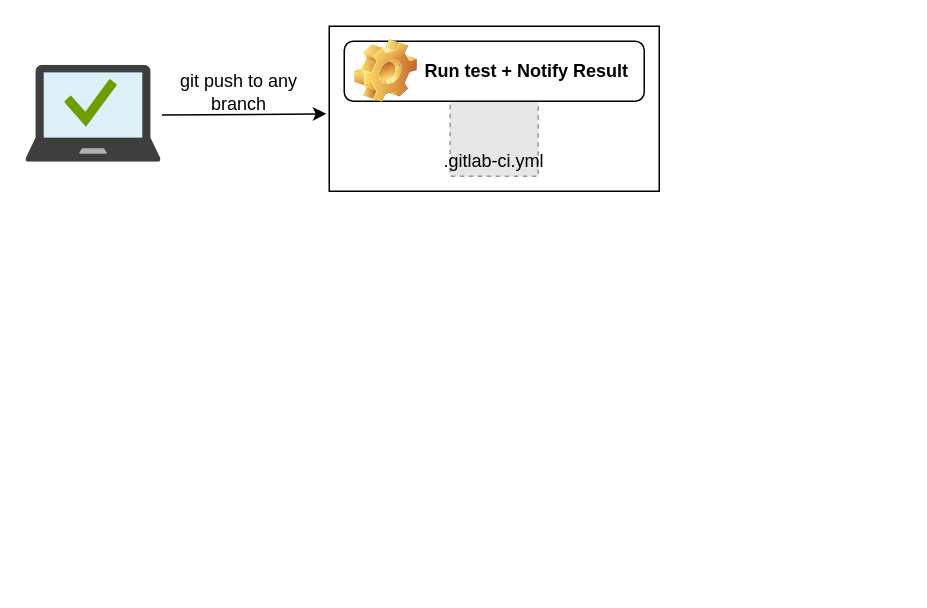
The draw.io diagram simplifying deployment.drawio in sngdtechnologies/Calculatrice, before the edit. Source tidied: cells renumbered, new cells numbered last; positions are measured from the earlier drawing's top-left corner, leaving out a move shared by most shapes. Both pictures are drawn from the tidied source at 150%, with x=0, y=0 at pixel (26, 26). Pictures stored in the file or linked from it are replaced by grey dashed boxes.
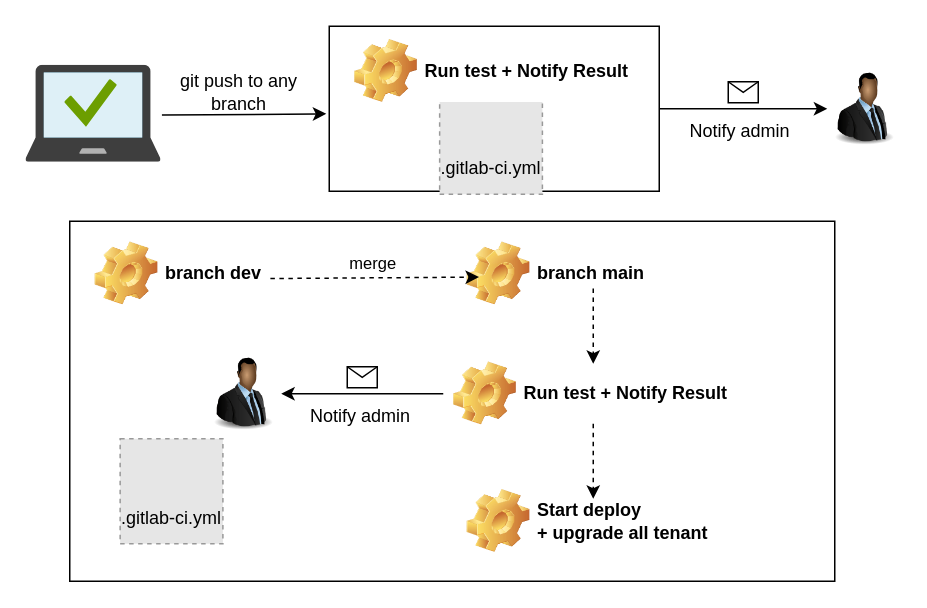
The same page after the edit.

Commit message (it also covers changes not shown here):
Mettre à jour simplifying deployment.drawio

Unchanged cells that the change refers to:
```xml
<mxCell id="4" style="rounded=0;whiteSpace=wrap;html=1;" parent="1" vertex="1">
  <mxGeometry x="202" width="220" height="110" as="geometry" />
</mxCell>
```

What changed in the source:
```diff
@@
     <mxCell id="5" style="fillColor=#E6E6E6;strokeColor=#999999;dashed=1;verticalLabelPosition=bottom;labelBackgroundColor=default;verticalAlign=top;" parent="1" vertex="1">
-      <mxGeometry x="282.6" y="40" width="58.7" height="60" as="geometry" />
+      <mxGeometry x="275.6" y="42" width="68.5" height="70" as="geometry" />
     </mxCell>
     <mxCell id="6" value=".gitlab-ci.yml" style="text;html=1;align=center;verticalAlign=middle;whiteSpace=wrap;rounded=0;" parent="1" vertex="1">
-      <mxGeometry x="272" y="80" width="80" height="20" as="geometry" />
+      <mxGeometry x="270" y="85" width="80" height="20" as="geometry" />
     </mxCell>
-    <mxCell id="7" value="Run test + Notify Result" style="label;whiteSpace=wrap;html=1;image=img/clipart/Gear_128x128.png;" parent="1" vertex="1">
+    <mxCell id="7" value="Run test + Notify Result" style="label;whiteSpace=wrap;html=1;image=img/clipart/Gear_128x128.png;strokeColor=#FFFFFF;" parent="1" vertex="1">
       <mxGeometry x="212" y="10" width="200" height="40" as="geometry" />
     </mxCell>
@@
+    <mxCell id="9" style="rounded=0;whiteSpace=wrap;html=1;" parent="1" vertex="1">
+      <mxGeometry x="29" y="130" width="510" height="240" as="geometry" />
+    </mxCell>
+    <mxCell id="10" value="branch dev" style="label;whiteSpace=wrap;html=1;image=img/clipart/Gear_128x128.png;strokeColor=#FFFFFF;" parent="1" vertex="1">
+      <mxGeometry x="39" y="160" width="130" height="10" as="geometry" />
+    </mxCell>
+    <mxCell id="11" value="branch main" style="label;whiteSpace=wrap;html=1;image=img/clipart/Gear_128x128.png;strokeColor=#FFFFFF;" parent="1" vertex="1">
+      <mxGeometry x="287" y="160" width="130" height="10" as="geometry" />
+    </mxCell>
+    <mxCell id="12" style="endArrow=classic;html=1;rounded=0;exitX=0.952;exitY=0.819;exitDx=0;exitDy=0;exitPerimeter=0;entryX=0.114;entryY=0.724;entryDx=0;entryDy=0;entryPerimeter=0;dashed=1;" parent="1" edge="1" source="10" target="11">
+      <mxGeometry relative="1" as="geometry" />
+    </mxCell>
+    <mxCell id="13" value="merge" style="edgeLabel;html=1;align=center;verticalAlign=middle;" parent="12" vertex="1">
+      <mxGeometry relative="1" as="geometry">
+        <mxPoint x="-2" y="-10" as="offset" />
+      </mxGeometry>
+    </mxCell>
+    <mxCell id="14" value="Start deploy&amp;nbsp;&lt;div&gt;+ upgrade all tenant&lt;/div&gt;" style="label;whiteSpace=wrap;html=1;image=img/clipart/Gear_128x128.png;strokeColor=#FFFFFF;" parent="1" vertex="1">
+      <mxGeometry x="287" y="315" width="182" height="30" as="geometry" />
+    </mxCell>
+    <mxCell id="15" value="Run test + Notify Result" style="label;whiteSpace=wrap;html=1;image=img/clipart/Gear_128x128.png;strokeColor=#FFFFFF;" parent="1" vertex="1">
+      <mxGeometry x="278" y="225" width="200" height="40" as="geometry" />
+    </mxCell>
+    <mxCell id="16" style="endArrow=classic;html=1;rounded=0;dashed=1;entryX=0.5;entryY=0;entryDx=0;entryDy=0;exitX=0.7;exitY=1.486;exitDx=0;exitDy=0;exitPerimeter=0;" parent="1" edge="1" source="11" target="15">
+      <mxGeometry relative="1" as="geometry" />
+    </mxCell>
+    <mxCell id="17" style="endArrow=classic;html=1;rounded=0;dashed=1;entryX=0.5;entryY=0;entryDx=0;entryDy=0;exitX=0.5;exitY=1;exitDx=0;exitDy=0;" parent="1" edge="1" source="15" target="14">
+      <mxGeometry relative="1" as="geometry" />
+    </mxCell>
+    <mxCell id="18" style="fillColor=#E6E6E6;strokeColor=#999999;dashed=1;verticalLabelPosition=bottom;labelBackgroundColor=default;verticalAlign=top;" parent="1" vertex="1">
+      <mxGeometry x="62.6" y="275" width="68.5" height="70" as="geometry" />
+    </mxCell>
+    <mxCell id="19" value=".gitlab-ci.yml" style="text;html=1;align=center;verticalAlign=middle;whiteSpace=wrap;rounded=0;" parent="1" vertex="1">
+      <mxGeometry x="57" y="318" width="80" height="20" as="geometry" />
+    </mxCell>
+    <mxCell id="20" style="image;html=1;image=img/lib/clip_art/people/Suit_Man_Black_128x128.png;" parent="1" vertex="1">
+      <mxGeometry x="120" y="220" width="50" height="50" as="geometry" />
+    </mxCell>
+    <mxCell id="21" style="endArrow=classic;html=1;rounded=0;entryX=1;entryY=0.5;entryDx=0;entryDy=0;" parent="1" edge="1" source="15" target="20">
+      <mxGeometry relative="1" as="geometry" />
+    </mxCell>
+    <mxCell id="22" style="shape=message;html=1;" parent="21" vertex="1">
+      <mxGeometry width="20" height="14" relative="1" as="geometry">
+        <mxPoint x="-10" y="-18" as="offset" />
+      </mxGeometry>
+    </mxCell>
+    <mxCell id="23" value="Notify admin" style="text;html=1;align=center;verticalAlign=middle;whiteSpace=wrap;rounded=0;" parent="1" vertex="1">
+      <mxGeometry x="188" y="250" width="70" height="20" as="geometry" />
+    </mxCell>
+    <mxCell id="24" style="image;html=1;image=img/lib/clip_art/people/Suit_Man_Black_128x128.png;" parent="1" vertex="1">
+      <mxGeometry x="534" y="30" width="50" height="50" as="geometry" />
+    </mxCell>
+    <mxCell id="25" style="endArrow=classic;html=1;rounded=0;entryX=0;entryY=0.5;entryDx=0;entryDy=0;exitX=1;exitY=0.5;exitDx=0;exitDy=0;" parent="1" edge="1" source="4" target="24">
+      <mxGeometry relative="1" as="geometry" />
+    </mxCell>
+    <mxCell id="26" style="shape=message;html=1;" parent="25" vertex="1">
+      <mxGeometry width="20" height="14" relative="1" as="geometry">
+        <mxPoint x="-10" y="-18" as="offset" />
+      </mxGeometry>
+    </mxCell>
+    <mxCell id="27" value="Notify admin" style="text;html=1;align=center;verticalAlign=middle;whiteSpace=wrap;rounded=0;" parent="1" vertex="1">
+      <mxGeometry x="441" y="60" width="70" height="20" as="geometry" />
+    </mxCell>
```
